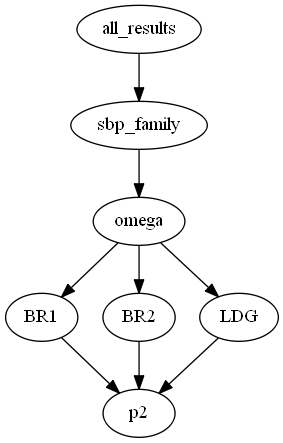
zolargwrk/PySBP keeps this Graphviz diagram as visual/all_results_2d.dot.png. Above is the earlier version. Its source is kept beside it as visual/all_results_2d.dot.
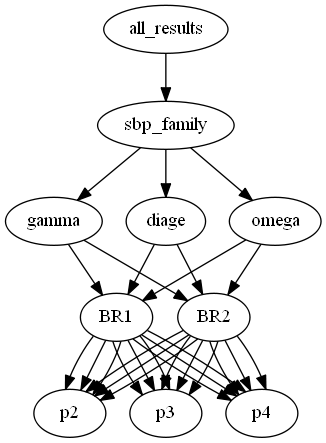
The same file after the commit.

Change to the diagram source:
```diff
@@ -1,19 +1,59 @@
 digraph tree {
     "all_results";
     "sbp_family";
+    "gamma";
+    "BR1";
+    "p2";
+    "p3";
+    "p4";
+    "BR2";
+    "p2";
+    "p3";
+    "p4";
+    "diage";
+    "BR1";
+    "p2";
+    "p3";
+    "p4";
+    "BR2";
+    "p2";
+    "p3";
+    "p4";
     "omega";
     "BR1";
     "p2";
+    "p3";
+    "p4";
     "BR2";
     "p2";
-    "LDG";
-    "p2";
+    "p3";
+    "p4";
     "all_results" -> "sbp_family";
+    "sbp_family" -> "gamma";
+    "sbp_family" -> "diage";
     "sbp_family" -> "omega";
+    "gamma" -> "BR1";
+    "gamma" -> "BR2";
+    "BR1" -> "p2";
+    "BR1" -> "p3";
+    "BR1" -> "p4";
+    "BR2" -> "p2";
+    "BR2" -> "p3";
+    "BR2" -> "p4";
+    "diage" -> "BR1";
+    "diage" -> "BR2";
+    "BR1" -> "p2";
+    "BR1" -> "p3";
+    "BR1" -> "p4";
+    "BR2" -> "p2";
+    "BR2" -> "p3";
+    "BR2" -> "p4";
     "omega" -> "BR1";
     "omega" -> "BR2";
-    "omega" -> "LDG";
     "BR1" -> "p2";
+    "BR1" -> "p3";
+    "BR1" -> "p4";
     "BR2" -> "p2";
-    "LDG" -> "p2";
+    "BR2" -> "p3";
+    "BR2" -> "p4";
 }
```
